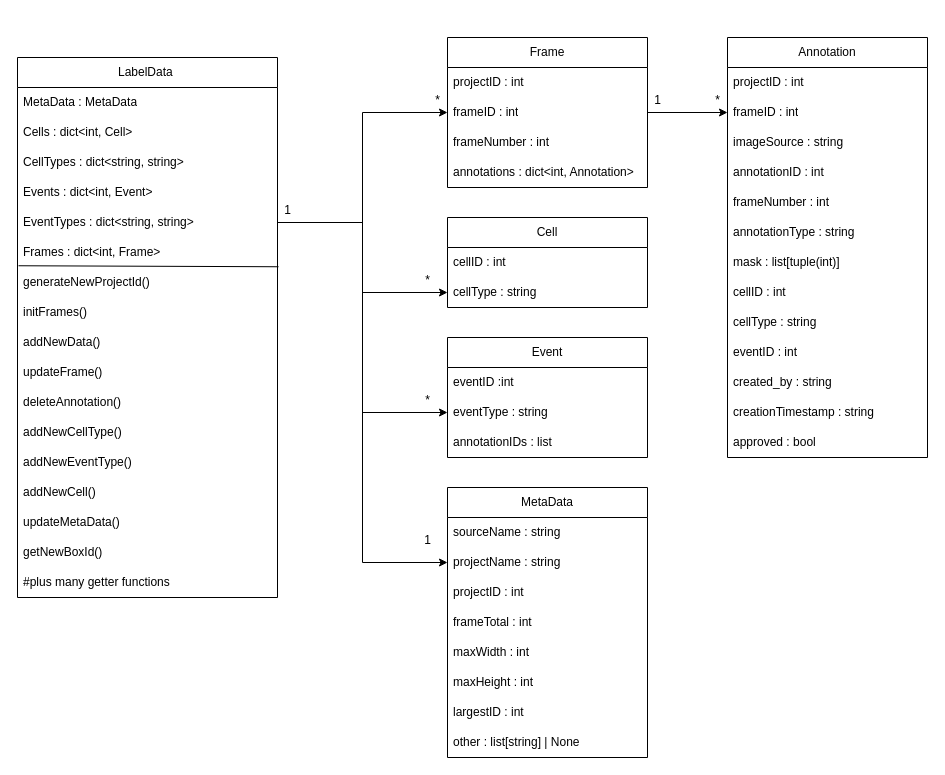
Earlier version of the draw.io diagram BetterDemo/DesignDocuments/labelData.drawio (TSABM/inbre-retina). Source tidied: cells renumbered, new cells numbered last; positions are measured from the earlier drawing's top-left corner, leaving out a move shared by most shapes. Both pictures are drawn from the tidied source at 100%, with x=0, y=0 at pixel (17, 37).
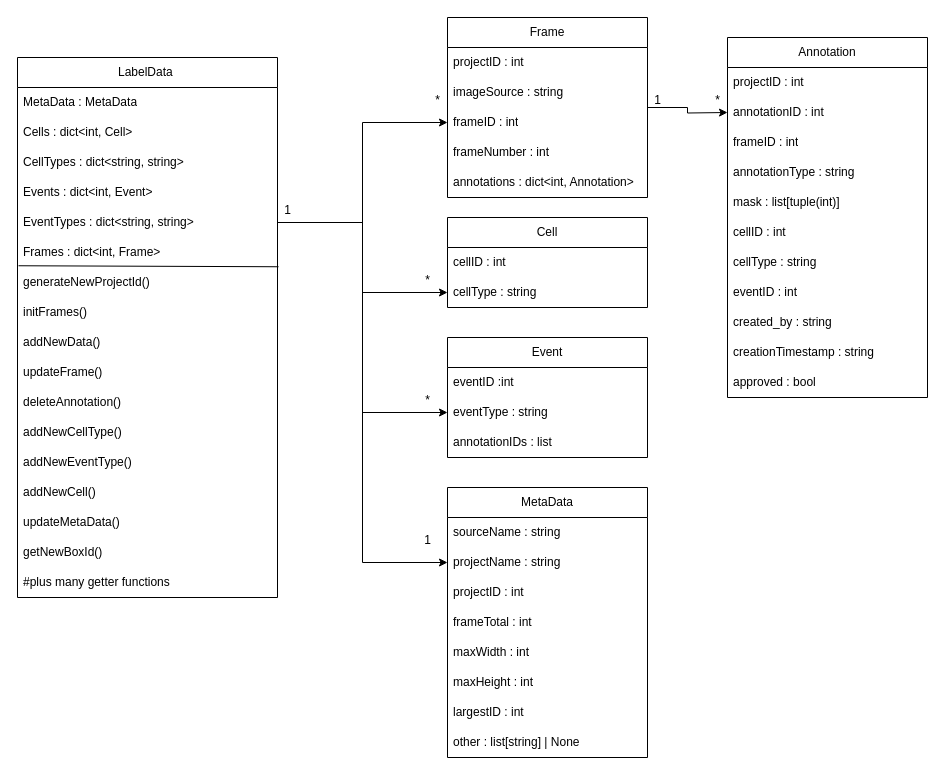
The same page after the edit.

Commit message (it also covers changes not shown here):
update after meeting

The edit, as a diff of the source:
```diff
@@
-    <mxCell id="21" style="edgeStyle=orthogonalEdgeStyle;rounded=0;jettySize=auto;html=1;entryX=0;entryY=0.5;entryDx=0;entryDy=0;" parent="1" edge="1" source="22" target="29">
-      <mxGeometry relative="1" as="geometry" />
+    <mxCell id="21" style="edgeStyle=orthogonalEdgeStyle;rounded=0;jettySize=auto;html=1;entryX=0;entryY=0.5;entryDx=0;entryDy=0;" parent="1" edge="1" source="22">
+      <mxGeometry relative="1" as="geometry">
+        <mxPoint x="710" y="75" as="targetPoint" />
+      </mxGeometry>
     </mxCell>
     <mxCell id="22" value="Frame" style="swimlane;fontStyle=0;horizontal=1;startSize=30;whiteSpace=wrap;html=1;" parent="1" vertex="1">
-      <mxGeometry x="430" width="200" height="150" as="geometry" />
+      <mxGeometry x="430" y="-20" width="200" height="180" as="geometry" />
     </mxCell>
@@
+    <mxCell id="30" value="imageSource : string" style="text;strokeColor=none;fillColor=none;align=left;verticalAlign=middle;spacingLeft=4;spacingRight=4;overflow=hidden;whiteSpace=wrap;html=1;" parent="22" vertex="1">
+      <mxGeometry y="60" width="200" height="30" as="geometry" />
+    </mxCell>
     <mxCell id="24" value="frameID : int" style="text;strokeColor=none;fillColor=none;align=left;verticalAlign=middle;spacingLeft=4;spacingRight=4;overflow=hidden;points=[[0,0.5],[1,0.5]];portConstraint=eastwest;whiteSpace=wrap;html=1;" parent="22" vertex="1">
-      <mxGeometry y="60" width="200" height="30" as="geometry" />
+      <mxGeometry y="90" width="200" height="30" as="geometry" />
     </mxCell>
     <mxCell id="25" value="frameNumber : int" style="text;strokeColor=none;fillColor=none;align=left;verticalAlign=middle;spacingLeft=4;spacingRight=4;overflow=hidden;whiteSpace=wrap;html=1;" parent="22" vertex="1">
-      <mxGeometry y="90" width="200" height="30" as="geometry" />
+      <mxGeometry y="120" width="200" height="30" as="geometry" />
     </mxCell>
     <mxCell id="26" value="annotations : dict&amp;lt;int, Annotation&amp;gt;" style="text;strokeColor=none;fillColor=none;align=left;verticalAlign=middle;spacingLeft=4;spacingRight=4;overflow=hidden;whiteSpace=wrap;html=1;" parent="22" vertex="1">
-      <mxGeometry y="120" width="200" height="30" as="geometry" />
+      <mxGeometry y="150" width="200" height="30" as="geometry" />
     </mxCell>
     <mxCell id="27" value="Annotation" style="swimlane;fontStyle=0;horizontal=1;startSize=30;whiteSpace=wrap;html=1;" parent="1" vertex="1">
-      <mxGeometry x="710" width="200" height="420" as="geometry" />
+      <mxGeometry x="710" width="200" height="360" as="geometry" />
     </mxCell>
@@
-    <mxCell id="29" value="frameID : int" style="text;strokeColor=none;fillColor=none;align=left;verticalAlign=middle;spacingLeft=4;spacingRight=4;overflow=hidden;points=[[0,0.5],[1,0.5]];portConstraint=eastwest;whiteSpace=wrap;html=1;" parent="27" vertex="1">
-      <mxGeometry y="60" width="200" height="30" as="geometry" />
-    </mxCell>
-    <mxCell id="30" value="imageSource : string" style="text;strokeColor=none;fillColor=none;align=left;verticalAlign=middle;spacingLeft=4;spacingRight=4;overflow=hidden;whiteSpace=wrap;html=1;" parent="27" vertex="1">
-      <mxGeometry y="90" width="200" height="30" as="geometry" />
-    </mxCell>
     <mxCell id="31" value="annotationID : int" style="text;strokeColor=none;fillColor=none;align=left;verticalAlign=middle;spacingLeft=4;spacingRight=4;overflow=hidden;whiteSpace=wrap;html=1;" parent="27" vertex="1">
-      <mxGeometry y="120" width="200" height="30" as="geometry" />
+      <mxGeometry y="60" width="200" height="30" as="geometry" />
     </mxCell>
-    <mxCell id="32" value="frameNumber : int" style="text;strokeColor=none;fillColor=none;align=left;verticalAlign=middle;spacingLeft=4;spacingRight=4;overflow=hidden;whiteSpace=wrap;html=1;" parent="27" vertex="1">
-      <mxGeometry y="150" width="200" height="30" as="geometry" />
+    <mxCell id="32" value="frameID : int" style="text;strokeColor=none;fillColor=none;align=left;verticalAlign=middle;spacingLeft=4;spacingRight=4;overflow=hidden;whiteSpace=wrap;html=1;" parent="27" vertex="1">
+      <mxGeometry y="90" width="200" height="30" as="geometry" />
     </mxCell>
     <mxCell id="33" value="annotationType : string" style="text;strokeColor=none;fillColor=none;align=left;verticalAlign=middle;spacingLeft=4;spacingRight=4;overflow=hidden;whiteSpace=wrap;html=1;" parent="27" vertex="1">
-      <mxGeometry y="180" width="200" height="30" as="geometry" />
+      <mxGeometry y="120" width="200" height="30" as="geometry" />
     </mxCell>
     <mxCell id="34" value="mask : list[tuple(int)]" style="text;strokeColor=none;fillColor=none;align=left;verticalAlign=middle;spacingLeft=4;spacingRight=4;overflow=hidden;whiteSpace=wrap;html=1;" parent="27" vertex="1">
-      <mxGeometry y="210" width="200" height="30" as="geometry" />
+      <mxGeometry y="150" width="200" height="30" as="geometry" />
     </mxCell>
     <mxCell id="35" value="cellID : int" style="text;strokeColor=none;fillColor=none;align=left;verticalAlign=middle;spacingLeft=4;spacingRight=4;overflow=hidden;whiteSpace=wrap;html=1;" parent="27" vertex="1">
-      <mxGeometry y="240" width="200" height="30" as="geometry" />
+      <mxGeometry y="180" width="200" height="30" as="geometry" />
     </mxCell>
     <mxCell id="36" value="cellType : string" style="text;strokeColor=none;fillColor=none;align=left;verticalAlign=middle;spacingLeft=4;spacingRight=4;overflow=hidden;whiteSpace=wrap;html=1;" parent="27" vertex="1">
-      <mxGeometry y="270" width="200" height="30" as="geometry" />
+      <mxGeometry y="210" width="200" height="30" as="geometry" />
     </mxCell>
     <mxCell id="37" value="eventID : int" style="text;strokeColor=none;fillColor=none;align=left;verticalAlign=middle;spacingLeft=4;spacingRight=4;overflow=hidden;whiteSpace=wrap;html=1;" parent="27" vertex="1">
-      <mxGeometry y="300" width="200" height="30" as="geometry" />
+      <mxGeometry y="240" width="200" height="30" as="geometry" />
     </mxCell>
     <mxCell id="38" value="created_by : string" style="text;strokeColor=none;fillColor=none;align=left;verticalAlign=middle;spacingLeft=4;spacingRight=4;overflow=hidden;whiteSpace=wrap;html=1;" parent="27" vertex="1">
-      <mxGeometry y="330" width="200" height="30" as="geometry" />
+      <mxGeometry y="270" width="200" height="30" as="geometry" />
     </mxCell>
     <mxCell id="39" value="creationTimestamp : string" style="text;strokeColor=none;fillColor=none;align=left;verticalAlign=middle;spacingLeft=4;spacingRight=4;overflow=hidden;whiteSpace=wrap;html=1;" parent="27" vertex="1">
-      <mxGeometry y="360" width="200" height="30" as="geometry" />
+      <mxGeometry y="300" width="200" height="30" as="geometry" />
     </mxCell>
     <mxCell id="40" value="approved : bool" style="text;strokeColor=none;fillColor=none;align=left;verticalAlign=middle;spacingLeft=4;spacingRight=4;overflow=hidden;whiteSpace=wrap;html=1;" parent="27" vertex="1">
-      <mxGeometry y="390" width="200" height="30" as="geometry" />
+      <mxGeometry y="330" width="200" height="30" as="geometry" />
     </mxCell>
```
